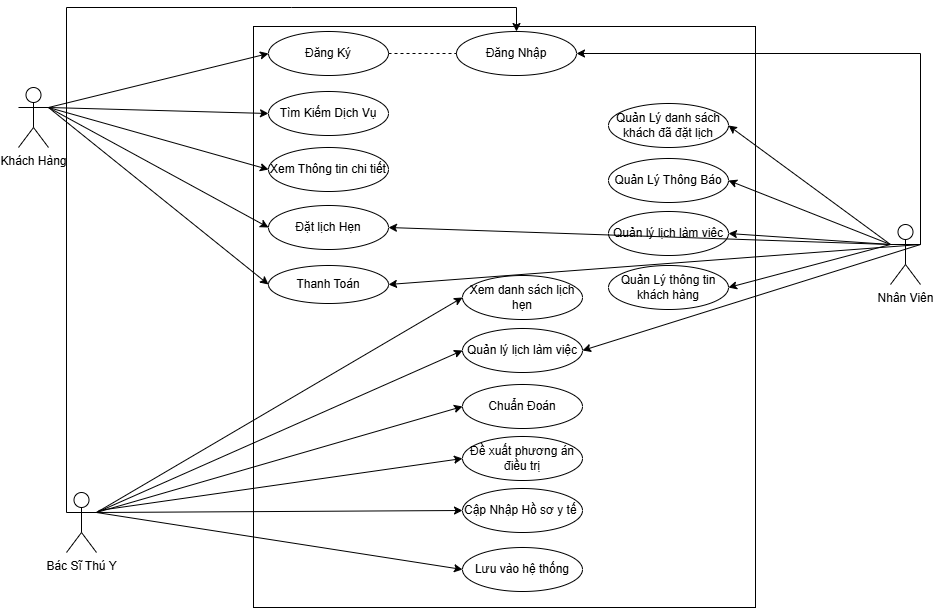
Before: sheet8.drawio.png, a diagram exported from draw.io (Junglou/-n). Source tidied: cells renumbered, new cells last; positions are measured from the earlier drawing's top-left corner, leaving out a move shared by most shapes.
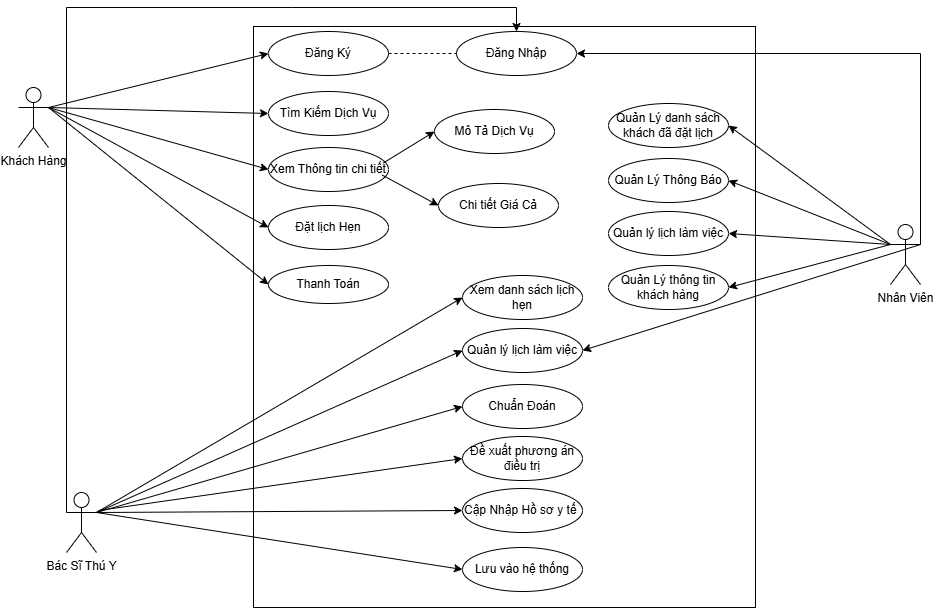
Later version of the same file.

What changed in the source:
```diff
@@ -128,14 +128,20 @@
     <mxCell id="39" style="endArrow=classic;html=1;rounded=0;entryX=1;entryY=0.5;entryDx=0;entryDy=0;exitX=0;exitY=0.3333333333333333;exitDx=0;exitDy=0;exitPerimeter=0;" parent="1" edge="1" source="4" target="27">
       <mxGeometry relative="1" as="geometry" />
     </mxCell>
-    <mxCell id="40" style="endArrow=classic;html=1;rounded=0;entryX=1;entryY=0.5;entryDx=0;entryDy=0;exitX=0;exitY=0.3333333333333333;exitDx=0;exitDy=0;exitPerimeter=0;" parent="1" edge="1" source="4" target="10">
-      <mxGeometry relative="1" as="geometry" />
-    </mxCell>
-    <mxCell id="41" style="endArrow=classic;html=1;rounded=0;entryX=1;entryY=0.5;entryDx=0;entryDy=0;exitX=1;exitY=0.3333333333333333;exitDx=0;exitDy=0;exitPerimeter=0;" parent="1" edge="1" source="4" target="16">
-      <mxGeometry relative="1" as="geometry" />
-    </mxCell>
     <mxCell id="42" style="endArrow=classic;html=1;rounded=0;exitX=1;exitY=0.3333333333333333;exitDx=0;exitDy=0;exitPerimeter=0;entryX=1;entryY=0.5;entryDx=0;entryDy=0;" parent="1" edge="1" source="4" target="12">
       <mxGeometry relative="1" as="geometry" />
     </mxCell>
+    <mxCell id="43" value="Mô Tả Dịch Vụ" style="ellipse;whiteSpace=wrap;html=1;" parent="1" vertex="1">
+      <mxGeometry x="416" y="102" width="120" height="44" as="geometry" />
+    </mxCell>
+    <mxCell id="44" value="Chi tiết Giá Cả" style="ellipse;whiteSpace=wrap;html=1;" parent="1" vertex="1">
+      <mxGeometry x="420" y="176" width="120" height="44" as="geometry" />
+    </mxCell>
+    <mxCell id="45" style="endArrow=classic;html=1;rounded=0;exitX=0.955;exitY=0.355;exitDx=0;exitDy=0;exitPerimeter=0;entryX=0;entryY=0.5;entryDx=0;entryDy=0;" parent="1" edge="1" source="9" target="43">
+      <mxGeometry relative="1" as="geometry" />
+    </mxCell>
+    <mxCell id="46" style="endArrow=classic;html=1;rounded=0;exitX=0.948;exitY=0.627;exitDx=0;exitDy=0;exitPerimeter=0;entryX=0;entryY=0.5;entryDx=0;entryDy=0;" parent="1" edge="1" source="9" target="44">
+      <mxGeometry relative="1" as="geometry" />
+    </mxCell>
   </root>
 </mxGraphModel>
```
